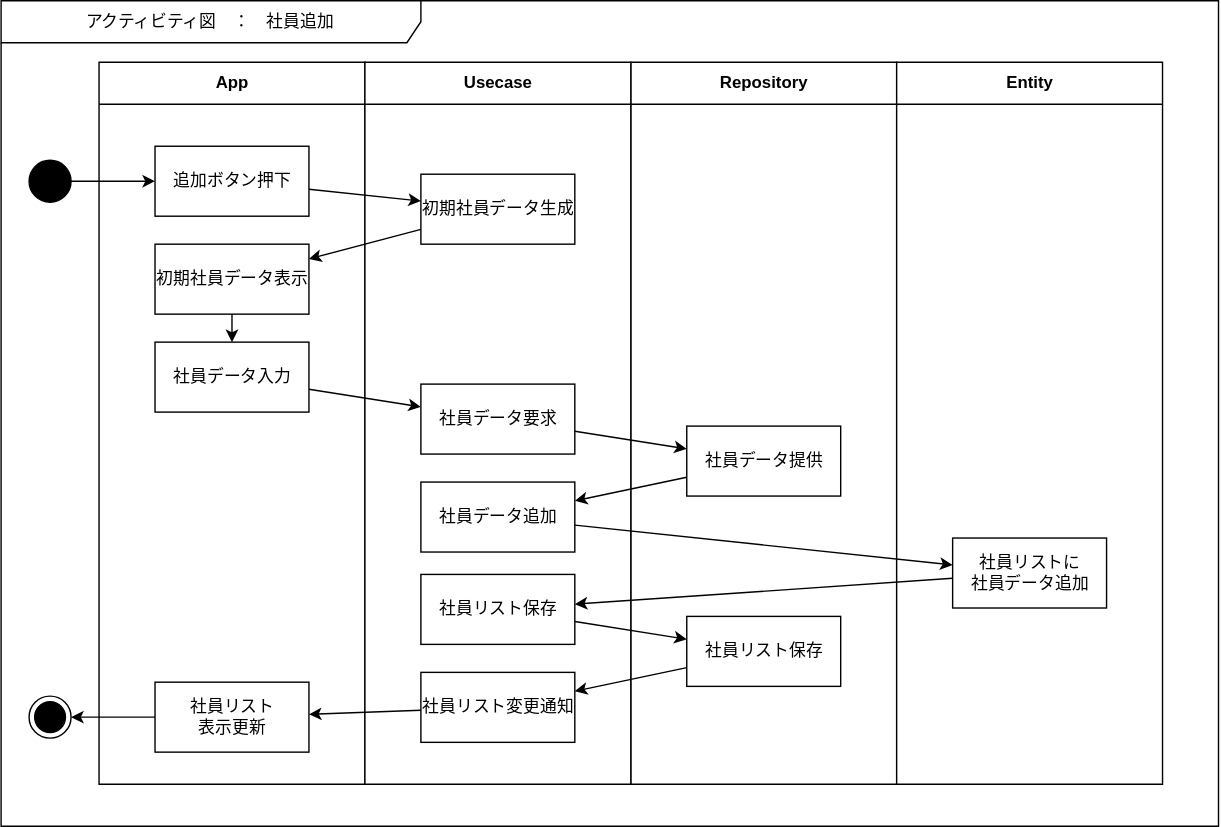
bosssanovar/LightMvvmSample keeps this draw.io diagram as Designs/アクティビティ/社員追加.svg. Above is the earlier version. Source tidied: cells renumbered, new cells last; positions are measured from the earlier drawing's top-left corner, leaving out a move shared by most shapes.
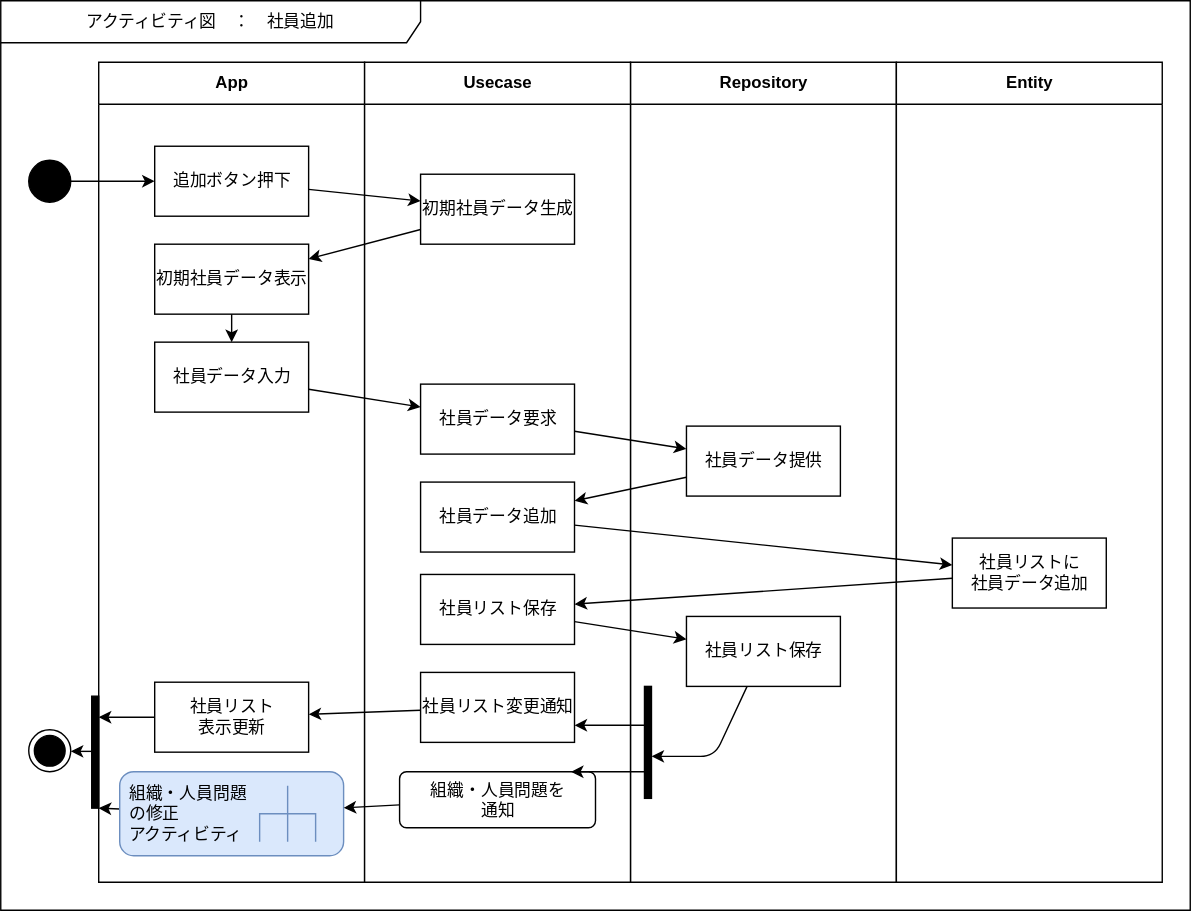
Above is the later version.

Commit message:
社員追加アクティビティに組織人員問題対応を追加

The edit, as a diff of the source:
```diff
@@ -3,25 +3,35 @@
     <mxCell id="0" />
     <mxCell id="1" parent="0" />
     <mxCell id="2" value="アクティビティ図　：　社員追加" style="shape=umlFrame;whiteSpace=wrap;html=1;swimlaneFillColor=#FFFFFF;width=300;height=30;" parent="1" vertex="1">
-      <mxGeometry width="870" height="590" as="geometry" />
+      <mxGeometry width="850" height="650" as="geometry" />
     </mxCell>
     <mxCell id="3" value="Repository" style="swimlane;fontStyle=1;align=center;horizontal=1;startSize=30;html=1;swimlaneFillColor=#FFFFFF;" parent="1" vertex="1">
-      <mxGeometry x="450" y="44" width="190" height="516" as="geometry" />
+      <mxGeometry x="450" y="44" width="190" height="586" as="geometry" />
     </mxCell>
     <mxCell id="4" value="社員データ提供" style="html=1;" parent="3" vertex="1">
       <mxGeometry x="40" y="260" width="110" height="50" as="geometry" />
     </mxCell>
+    <mxCell id="34" style="edgeStyle=none;html=1;" parent="3" edge="1" source="5" target="35">
+      <mxGeometry relative="1" as="geometry">
+        <Array as="points">
+          <mxPoint x="60" y="496" />
+        </Array>
+      </mxGeometry>
+    </mxCell>
     <mxCell id="5" value="社員リスト保存" style="html=1;" parent="3" vertex="1">
       <mxGeometry x="40" y="396" width="110" height="50" as="geometry" />
     </mxCell>
+    <mxCell id="35" style="html=1;points=[];perimeter=orthogonalPerimeter;fillColor=strokeColor;" parent="3" vertex="1">
+      <mxGeometry x="10" y="446" width="5" height="80" as="geometry" />
+    </mxCell>
     <mxCell id="6" value="Entity" style="swimlane;fontStyle=1;align=center;horizontal=1;startSize=30;html=1;swimlaneFillColor=#FFFFFF;" parent="1" vertex="1">
-      <mxGeometry x="640" y="44" width="190" height="516" as="geometry" />
+      <mxGeometry x="640" y="44" width="190" height="586" as="geometry" />
     </mxCell>
     <mxCell id="7" value="社員リストに&lt;br&gt;社員データ追加" style="html=1;" parent="6" vertex="1">
       <mxGeometry x="40" y="340" width="110" height="50" as="geometry" />
     </mxCell>
     <mxCell id="8" value="App" style="swimlane;fontStyle=1;align=center;horizontal=1;startSize=30;html=1;swimlaneFillColor=#FFFFFF;" parent="1" vertex="1">
-      <mxGeometry x="70" y="44" width="190" height="516" as="geometry" />
+      <mxGeometry x="70" y="44" width="190" height="586" as="geometry" />
     </mxCell>
     <mxCell id="9" value="追加ボタン押下" style="html=1;" parent="8" vertex="1">
       <mxGeometry x="40" y="60" width="110" height="50" as="geometry" />
@@ -36,7 +46,7 @@
       <mxGeometry x="40" y="200" width="110" height="50" as="geometry" />
     </mxCell>
     <mxCell id="13" value="Usecase" style="swimlane;fontStyle=1;align=center;horizontal=1;startSize=30;html=1;swimlaneFillColor=#FFFFFF;" parent="1" vertex="1">
-      <mxGeometry x="260" y="44" width="190" height="516" as="geometry" />
+      <mxGeometry x="260" y="44" width="190" height="586" as="geometry" />
     </mxCell>
     <mxCell id="14" value="初期社員データ生成" style="html=1;" parent="13" vertex="1">
       <mxGeometry x="40" y="80" width="110" height="50" as="geometry" />
@@ -77,26 +87,47 @@
     <mxCell id="26" style="edgeStyle=none;html=1;" parent="1" edge="1" source="16" target="7">
       <mxGeometry relative="1" as="geometry" />
     </mxCell>
-    <mxCell id="27" style="edgeStyle=none;html=1;" parent="1" edge="1" source="28" target="32">
-      <mxGeometry relative="1" as="geometry" />
-    </mxCell>
+    <mxCell id="36" style="edgeStyle=none;html=1;" parent="1" edge="1" source="28" target="44">
+      <mxGeometry relative="1" as="geometry" />
+    </mxCell>
     <mxCell id="28" value="社員リスト&lt;br&gt;表示更新" style="html=1;" parent="1" vertex="1">
       <mxGeometry x="110" y="487" width="110" height="50" as="geometry" />
     </mxCell>
     <mxCell id="29" style="edgeStyle=none;html=1;" parent="1" edge="1" source="17" target="5">
       <mxGeometry relative="1" as="geometry" />
     </mxCell>
-    <mxCell id="30" style="edgeStyle=none;html=1;" parent="1" edge="1" source="5" target="18">
-      <mxGeometry relative="1" as="geometry" />
-    </mxCell>
     <mxCell id="31" style="edgeStyle=none;html=1;" parent="1" edge="1" source="18" target="28">
       <mxGeometry relative="1" as="geometry" />
     </mxCell>
     <mxCell id="32" style="ellipse;html=1;shape=endState;fillColor=strokeColor;" parent="1" vertex="1">
-      <mxGeometry x="20" y="497" width="30" height="30" as="geometry" />
+      <mxGeometry x="20" y="521" width="30" height="30" as="geometry" />
     </mxCell>
     <mxCell id="33" style="edgeStyle=none;html=1;" parent="1" edge="1" source="7" target="17">
       <mxGeometry relative="1" as="geometry" />
     </mxCell>
+    <mxCell id="37" style="edgeStyle=none;html=1;" parent="1" edge="1" source="38" target="44">
+      <mxGeometry relative="1" as="geometry" />
+    </mxCell>
+    <mxCell id="38" value="組織・人員問題&lt;br&gt;の修正&lt;br&gt;アクティビティ" style="shape=mxgraph.uml25.behaviorAction;html=1;rounded=1;absoluteArcSize=1;arcSize=10;align=left;spacingLeft=5;fillColor=#dae8fc;strokeColor=#6c8ebf;" parent="1" vertex="1">
+      <mxGeometry x="85" y="551" width="160" height="60" as="geometry" />
+    </mxCell>
+    <mxCell id="39" value="組織・人員問題を&lt;br&gt;通知" style="html=1;align=center;verticalAlign=top;rounded=1;absoluteArcSize=1;arcSize=10;dashed=0;" parent="1" vertex="1">
+      <mxGeometry x="285" y="551" width="140" height="40" as="geometry" />
+    </mxCell>
+    <mxCell id="40" style="edgeStyle=none;html=1;" parent="1" edge="1" source="39" target="38">
+      <mxGeometry relative="1" as="geometry" />
+    </mxCell>
+    <mxCell id="41" style="edgeStyle=none;html=1;" parent="1" edge="1" source="35" target="18">
+      <mxGeometry relative="1" as="geometry" />
+    </mxCell>
+    <mxCell id="42" style="edgeStyle=none;html=1;" parent="1" edge="1" source="35" target="39">
+      <mxGeometry relative="1" as="geometry" />
+    </mxCell>
+    <mxCell id="43" style="edgeStyle=none;html=1;" parent="1" edge="1" source="44" target="32">
+      <mxGeometry relative="1" as="geometry" />
+    </mxCell>
+    <mxCell id="44" style="html=1;points=[];perimeter=orthogonalPerimeter;fillColor=strokeColor;" parent="1" vertex="1">
+      <mxGeometry x="65" y="497" width="5" height="80" as="geometry" />
+    </mxCell>
   </root>
 </mxGraphModel>
```
